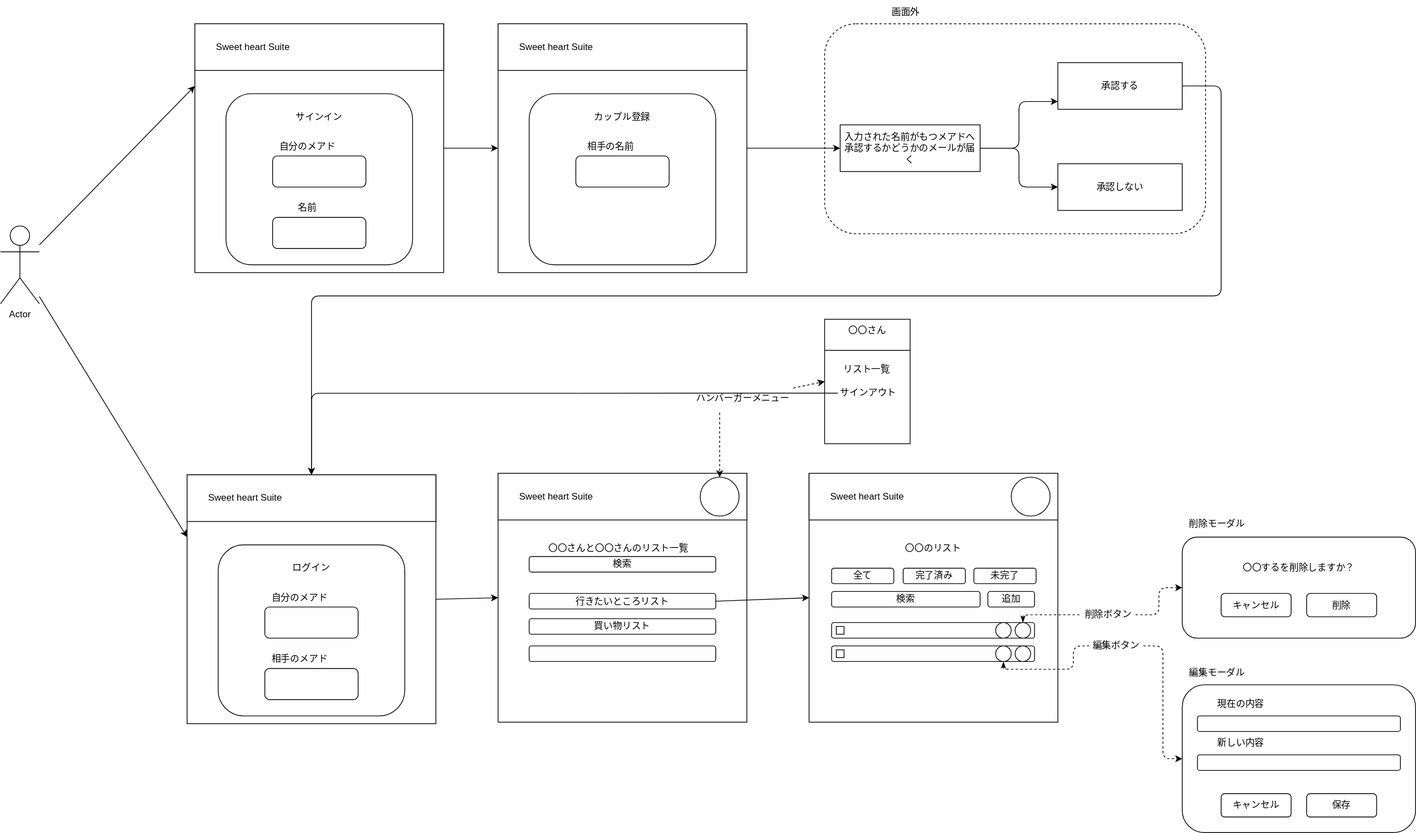
exchange-wata/SweetheartSuite keeps this draw.io diagram as siteDesign.drawio.svg. Above is the earlier version. Source tidied: cells renumbered, new cells last; positions are measured from the earlier drawing's top-left corner, leaving out a move shared by most shapes.
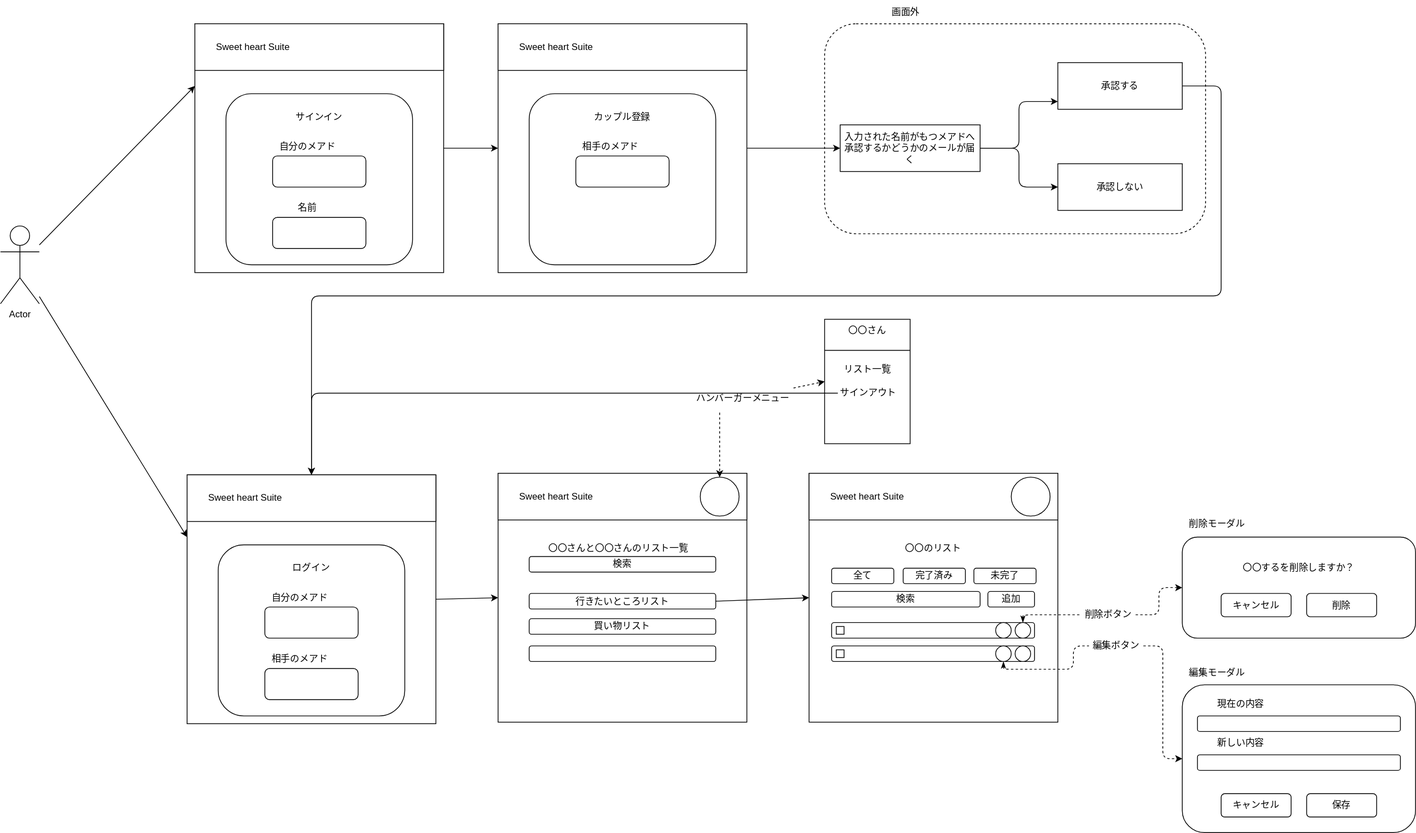
Later version of the same file.

Commit message:
名前→メアドに変更

What changed in the source:
```diff
@@ -274,7 +274,7 @@
     <mxCell id="87" style="rounded=1;whiteSpace=wrap;html=1;strokeColor=#000000;" parent="1" vertex="1">
       <mxGeometry x="740" y="200" width="120" height="40" as="geometry" />
     </mxCell>
-    <mxCell id="88" value="相手の名前" style="rounded=0;whiteSpace=wrap;html=1;strokeColor=#FFFFFF;" parent="1" vertex="1">
+    <mxCell id="88" value="相手のメアド" style="rounded=0;whiteSpace=wrap;html=1;strokeColor=#FFFFFF;" parent="1" vertex="1">
       <mxGeometry x="740" y="178" width="90" height="20" as="geometry" />
     </mxCell>
     <mxCell id="89" style="edgeStyle=orthogonalEdgeStyle;html=1;exitX=1;exitY=0.5;exitDx=0;exitDy=0;" parent="1" edge="1" source="91" target="93">
```
